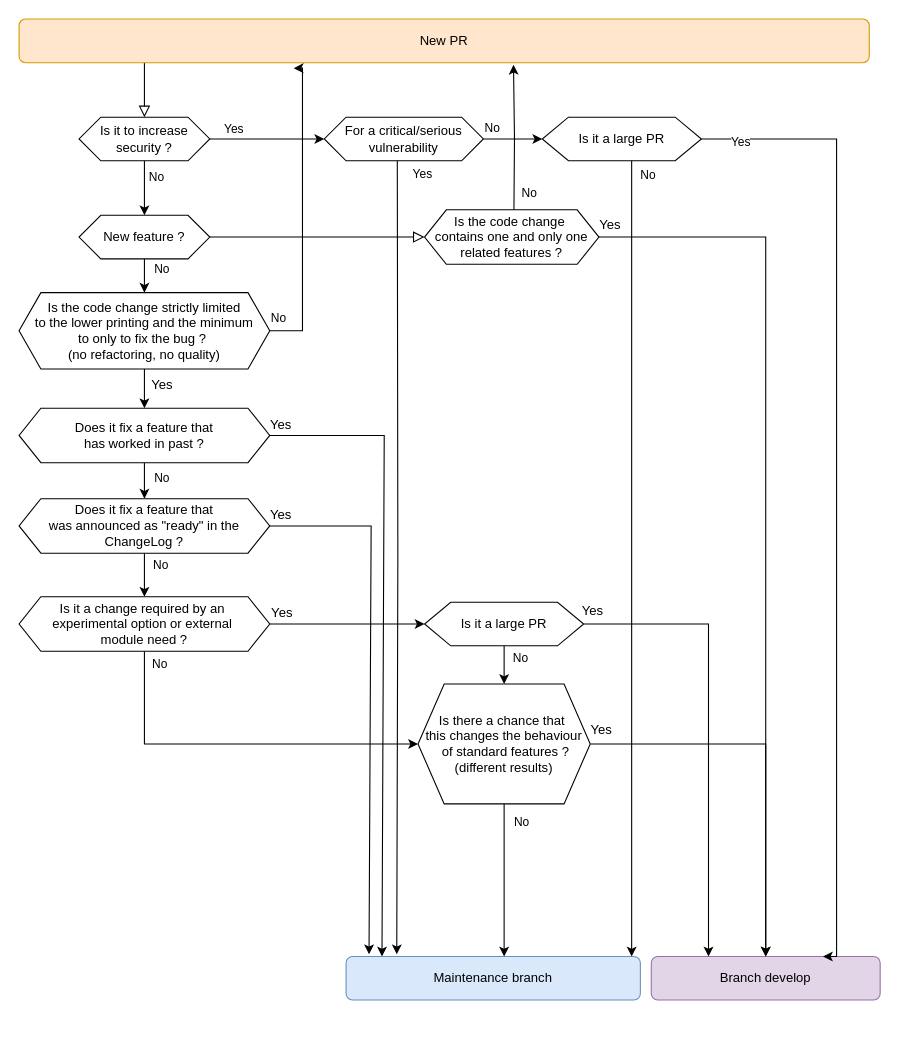
This is dev/Qualification PR ERD.drawio from Dolibarr/dolibarr-foundation, a draw.io file, before an edit. Source tidied: cells renumbered, new cells numbered last; positions are measured from the earlier drawing's top-left corner, leaving out a move shared by most shapes. Both pictures are drawn from the tidied source at 109%, with x=0, y=0 at pixel (19, 19).
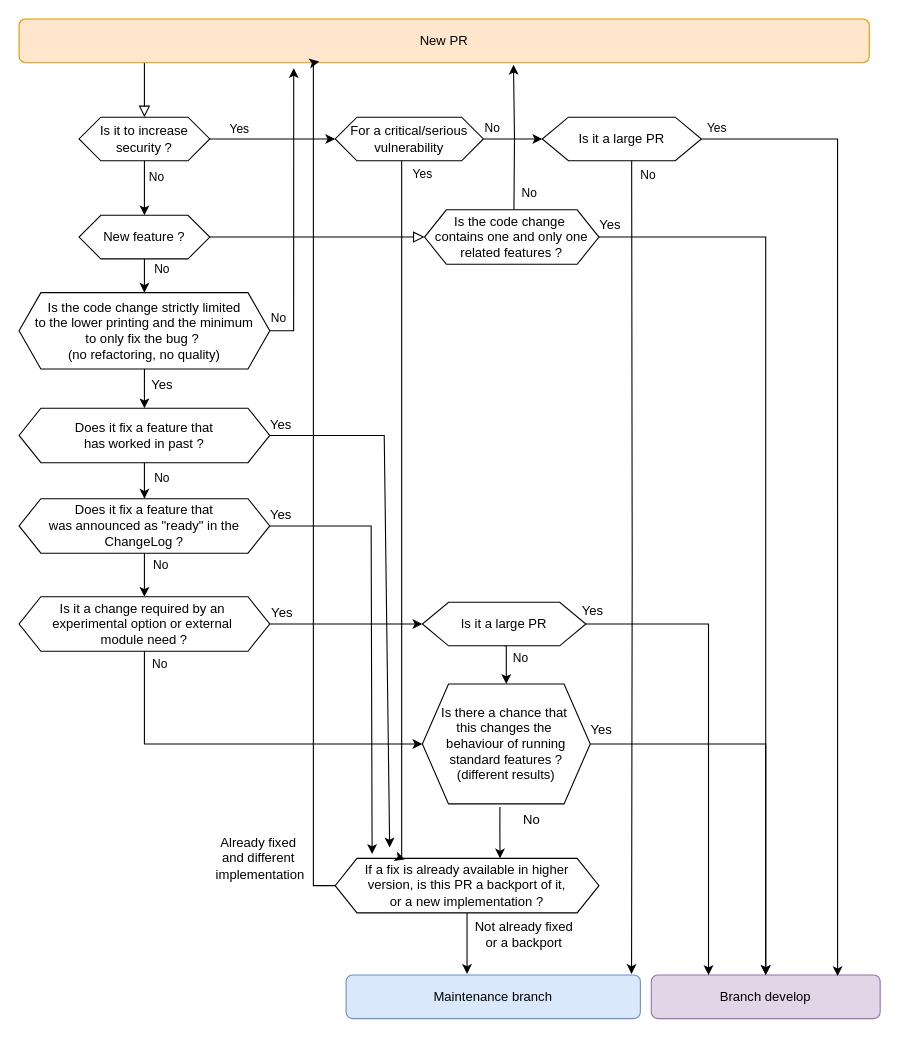
Above is the later version.

Commit message (it also covers changes not shown here):
Mettre à jour Qualification PR ERD.drawio

The change refers to these unchanged cells:
```xml
<mxCell id="3" value="New PR" style="rounded=1;whiteSpace=wrap;html=1;fontSize=12;glass=0;strokeWidth=1;shadow=0;fillColor=#ffe6cc;strokeColor=#d79b00;" parent="1" vertex="1">
  <mxGeometry width="780" height="40" as="geometry" />
</mxCell>
<mxCell id="17" value="Is it a large PR" style="shape=hexagon;perimeter=hexagonPerimeter2;whiteSpace=wrap;html=1;fixedSize=1;size=24;" parent="1" vertex="1">
  <mxGeometry x="480" y="90" width="146" height="40" as="geometry" />
</mxCell>
<mxCell id="21" value="Does it fix a feature that&lt;div&gt;has worked in past ?&lt;/div&gt;" style="shape=hexagon;perimeter=hexagonPerimeter2;whiteSpace=wrap;html=1;fixedSize=1;" parent="1" vertex="1">
  <mxGeometry y="357" width="230" height="50" as="geometry" />
</mxCell>
<mxCell id="24" value="Does it fix a feature that&lt;div&gt;was announced as &quot;ready&quot; in the ChangeLog ?&lt;/div&gt;" style="shape=hexagon;perimeter=hexagonPerimeter2;whiteSpace=wrap;html=1;fixedSize=1;" parent="1" vertex="1">
  <mxGeometry y="440" width="230" height="50" as="geometry" />
</mxCell>
```

Diff of the diagram source:
```diff
@@
     <mxCell id="4" value="Branch develop" style="rounded=1;whiteSpace=wrap;html=1;fontSize=12;glass=0;strokeWidth=1;shadow=0;fillColor=#e1d5e7;strokeColor=#9673a6;" parent="1" vertex="1">
-      <mxGeometry x="580" y="860" width="210" height="40" as="geometry" />
+      <mxGeometry x="580" y="877" width="210" height="40" as="geometry" />
     </mxCell>
@@
     <mxCell id="13" value="For a critical/serious vulnerability" style="shape=hexagon;perimeter=hexagonPerimeter2;whiteSpace=wrap;html=1;fixedSize=1;" parent="1" vertex="1">
-      <mxGeometry x="280" y="90" width="146" height="40" as="geometry" />
+      <mxGeometry x="290" y="90" width="136" height="40" as="geometry" />
     </mxCell>
-    <mxCell id="14" style="endArrow=classic;html=1;rounded=0;exitX=1;exitY=0.5;exitDx=0;exitDy=0;entryX=0.122;entryY=0;entryDx=0;entryDy=0;entryPerimeter=0;" parent="1" edge="1" source="21" target="18">
+    <mxCell id="14" style="endArrow=classic;html=1;rounded=0;exitX=1;exitY=0.5;exitDx=0;exitDy=0;" parent="1" edge="1" source="21">
       <mxGeometry relative="1" as="geometry">
+        <mxPoint x="340" y="760" as="targetPoint" />
         <Array as="points">
           <mxPoint x="335" y="382" />
         </Array>
       </mxGeometry>
     </mxCell>
-    <mxCell id="15" style="edgeStyle=orthogonalEdgeStyle;rounded=0;jettySize=auto;html=1;exitX=1;exitY=0.5;exitDx=0;exitDy=0;entryX=0.75;entryY=0;entryDx=0;entryDy=0;" parent="1" edge="1" source="17" target="4">
+    <mxCell id="15" style="edgeStyle=orthogonalEdgeStyle;rounded=0;jettySize=auto;html=1;exitX=1;exitY=0.5;exitDx=0;exitDy=0;entryX=0.814;entryY=0.025;entryDx=0;entryDy=0;entryPerimeter=0;" parent="1" edge="1" source="17" target="4">
       <mxGeometry relative="1" as="geometry">
         <Array as="points">
-          <mxPoint x="750" y="110" />
+          <mxPoint x="751" y="110" />
         </Array>
       </mxGeometry>
     </mxCell>
     <mxCell id="16" value="Yes" style="edgeLabel;html=1;align=center;verticalAlign=middle;" parent="15" vertex="1">
       <mxGeometry x="-0.69" y="-1" relative="1" as="geometry">
-        <mxPoint x="-88" y="-11" as="offset" />
+        <mxPoint x="-110" y="-24" as="offset" />
       </mxGeometry>
     </mxCell>
@@
     <mxCell id="18" value="Maintenance branch" style="rounded=1;whiteSpace=wrap;html=1;fontSize=12;glass=0;strokeWidth=1;shadow=0;fillColor=#dae8fc;strokeColor=#6c8ebf;" parent="1" vertex="1">
-      <mxGeometry x="300" y="860" width="270" height="40" as="geometry" />
+      <mxGeometry x="300" y="877" width="270" height="40" as="geometry" />
     </mxCell>
@@
-    <mxCell id="26" style="endArrow=classic;html=1;rounded=0;exitX=1;exitY=0.5;exitDx=0;exitDy=0;entryX=0.078;entryY=-0.05;entryDx=0;entryDy=0;entryPerimeter=0;" parent="1" edge="1" source="24" target="18">
+    <mxCell id="26" style="endArrow=classic;html=1;rounded=0;exitX=1;exitY=0.5;exitDx=0;exitDy=0;entryX=0.14;entryY=-0.08;entryDx=0;entryDy=0;entryPerimeter=0;" parent="1" edge="1" source="24" target="62">
       <mxGeometry relative="1" as="geometry">
         <Array as="points">
           <mxPoint x="323" y="465" />
         </Array>
       </mxGeometry>
     </mxCell>
@@
-    <mxCell id="30" value="Is the code change strictly limited&lt;div&gt;&lt;span style=&quot;background-color: transparent; color: light-dark(rgb(0, 0, 0), rgb(255, 255, 255));&quot;&gt;to&lt;/span&gt;&lt;span style=&quot;background-color: transparent; color: light-dark(rgb(0, 0, 0), rgb(255, 255, 255));&quot;&gt;&amp;nbsp;the lower printing and the minimum&lt;/span&gt;&lt;/div&gt;&lt;div&gt;&lt;span style=&quot;background-color: transparent; color: light-dark(rgb(0, 0, 0), rgb(255, 255, 255));&quot;&gt;to&amp;nbsp;&lt;/span&gt;&lt;span style=&quot;background-color: transparent; color: light-dark(rgb(0, 0, 0), rgb(255, 255, 255));&quot;&gt;only to fix the bug ?&amp;nbsp;&lt;/span&gt;&lt;/div&gt;&lt;div&gt;&lt;span style=&quot;background-color: transparent; color: light-dark(rgb(0, 0, 0), rgb(255, 255, 255));&quot;&gt;(no refactoring, no quality)&lt;/span&gt;&lt;/div&gt;" style="shape=hexagon;perimeter=hexagonPerimeter2;whiteSpace=wrap;html=1;fixedSize=1;" parent="1" vertex="1">
+    <mxCell id="30" value="Is the code change strictly limited&lt;div&gt;&lt;span style=&quot;background-color: transparent; color: light-dark(rgb(0, 0, 0), rgb(255, 255, 255));&quot;&gt;to&lt;/span&gt;&lt;span style=&quot;background-color: transparent; color: light-dark(rgb(0, 0, 0), rgb(255, 255, 255));&quot;&gt;&amp;nbsp;the lower printing and the minimum&lt;/span&gt;&lt;/div&gt;&lt;div&gt;&lt;span style=&quot;background-color: transparent; color: light-dark(rgb(0, 0, 0), rgb(255, 255, 255));&quot;&gt;to&amp;nbsp;&lt;/span&gt;&lt;span style=&quot;background-color: transparent; color: light-dark(rgb(0, 0, 0), rgb(255, 255, 255));&quot;&gt;only fix the bug ?&amp;nbsp;&lt;/span&gt;&lt;/div&gt;&lt;div&gt;&lt;span style=&quot;background-color: transparent; color: light-dark(rgb(0, 0, 0), rgb(255, 255, 255));&quot;&gt;(no refactoring, no quality)&lt;/span&gt;&lt;/div&gt;" style="shape=hexagon;perimeter=hexagonPerimeter2;whiteSpace=wrap;html=1;fixedSize=1;" parent="1" vertex="1">
       <mxGeometry y="251" width="230" height="70" as="geometry" />
     </mxCell>
@@
-    <mxCell id="33" style="edgeStyle=orthogonalEdgeStyle;rounded=0;orthogonalLoop=1;jettySize=auto;html=1;entryX=0.341;entryY=-0.05;entryDx=0;entryDy=0;entryPerimeter=0;" parent="1" edge="1">
-      <mxGeometry relative="1" as="geometry">
-        <mxPoint x="347" y="130" as="sourcePoint" />
-        <mxPoint x="346.5" y="858" as="targetPoint" />
-      </mxGeometry>
-    </mxCell>
@@
     <mxCell id="40" style="edgeStyle=orthogonalEdgeStyle;rounded=0;jettySize=auto;html=1;exitX=1;exitY=0.5;exitDx=0;exitDy=0;entryX=0.323;entryY=1.125;entryDx=0;entryDy=0;entryPerimeter=0;" parent="1" edge="1" source="30" target="3">
       <mxGeometry relative="1" as="geometry">
         <Array as="points">
-          <mxPoint x="260" y="286" />
-          <mxPoint x="260" y="45" />
+          <mxPoint x="252" y="286" />
         </Array>
       </mxGeometry>
     </mxCell>
@@
-    <mxCell id="42" style="edgeStyle=orthogonalEdgeStyle;rounded=0;jettySize=auto;html=1;entryX=0.5;entryY=0;entryDx=0;entryDy=0;" parent="1" edge="1" source="43" target="46">
+    <mxCell id="42" style="edgeStyle=orthogonalEdgeStyle;rounded=0;jettySize=auto;html=1;exitX=0.5;exitY=1;exitDx=0;exitDy=0;entryX=0.5;entryY=0;entryDx=0;entryDy=0;" parent="1" edge="1" source="43" target="46">
       <mxGeometry relative="1" as="geometry" />
     </mxCell>
     <mxCell id="43" value="Is it a large PR" style="shape=hexagon;perimeter=hexagonPerimeter2;whiteSpace=wrap;html=1;fixedSize=1;size=24;" parent="1" vertex="1">
-      <mxGeometry x="372" y="535" width="146" height="40" as="geometry" />
+      <mxGeometry x="370" y="535" width="150" height="40" as="geometry" />
     </mxCell>
@@
+    <mxCell id="60" style="edgeStyle=orthogonalEdgeStyle;rounded=0;jettySize=auto;html=1;entryX=0.625;entryY=0;entryDx=0;entryDy=0;exitX=0.462;exitY=1.027;exitDx=0;exitDy=0;exitPerimeter=0;" parent="1" edge="1" source="46" target="62">
+      <mxGeometry relative="1" as="geometry" />
+    </mxCell>
-    <mxCell id="46" value="Is there a chance that&amp;nbsp;&lt;div&gt;this changes the behaviour&lt;/div&gt;&lt;div&gt;&amp;nbsp;of standard features ?&lt;/div&gt;&lt;div&gt;(different results&lt;span style=&quot;background-color: transparent; color: light-dark(rgb(0, 0, 0), rgb(255, 255, 255));&quot;&gt;)&lt;/span&gt;&lt;/div&gt;" style="shape=hexagon;perimeter=hexagonPerimeter2;whiteSpace=wrap;html=1;fixedSize=1;size=24;" parent="1" vertex="1">
-      <mxGeometry x="366" y="610" width="158" height="110" as="geometry" />
+    <mxCell id="46" value="Is there a chance that&amp;nbsp;&lt;div&gt;this changes the&amp;nbsp;&lt;/div&gt;&lt;div&gt;behaviour&lt;span style=&quot;background-color: transparent; color: light-dark(rgb(0, 0, 0), rgb(255, 255, 255));&quot;&gt;&amp;nbsp;of running standard&amp;nbsp;&lt;/span&gt;&lt;span style=&quot;background-color: transparent; color: light-dark(rgb(0, 0, 0), rgb(255, 255, 255));&quot;&gt;features ?&lt;/span&gt;&lt;/div&gt;&lt;div&gt;(different results&lt;span style=&quot;background-color: transparent; color: light-dark(rgb(0, 0, 0), rgb(255, 255, 255));&quot;&gt;)&lt;/span&gt;&lt;/div&gt;" style="shape=hexagon;perimeter=hexagonPerimeter2;whiteSpace=wrap;html=1;fixedSize=1;size=24;" parent="1" vertex="1">
+      <mxGeometry x="370" y="610" width="154" height="110" as="geometry" />
     </mxCell>
-    <mxCell id="47" style="edgeStyle=orthogonalEdgeStyle;rounded=0;jettySize=auto;html=1;exitX=0.5;exitY=1;exitDx=0;exitDy=0;" parent="1" edge="1" source="46">
-      <mxGeometry relative="1" as="geometry">
-        <mxPoint x="445" y="860" as="targetPoint" />
-      </mxGeometry>
-    </mxCell>
-    <mxCell id="48" value="No" style="edgeLabel;html=1;align=center;verticalAlign=middle;" parent="47" vertex="1">
-      <mxGeometry x="-0.77" y="2" relative="1" as="geometry">
-        <mxPoint x="13" as="offset" />
-      </mxGeometry>
-    </mxCell>
@@
-    <mxCell id="59" style="edgeStyle=orthogonalEdgeStyle;rounded=0;orthogonalLoop=1;jettySize=auto;html=1;" parent="1" edge="1">
+    <mxCell id="59" style="edgeStyle=orthogonalEdgeStyle;rounded=0;jettySize=auto;html=1;entryX=0.97;entryY=-0.025;entryDx=0;entryDy=0;entryPerimeter=0;" parent="1" edge="1" target="18">
       <mxGeometry relative="1" as="geometry">
         <mxPoint x="562" y="130" as="sourcePoint" />
-        <mxPoint x="562" y="860" as="targetPoint" />
       </mxGeometry>
     </mxCell>
+    <mxCell id="61" style="edgeStyle=orthogonalEdgeStyle;rounded=0;jettySize=auto;html=1;entryX=0.353;entryY=0.975;entryDx=0;entryDy=0;entryPerimeter=0;" parent="1" edge="1" source="62" target="3">
+      <mxGeometry relative="1" as="geometry">
+        <Array as="points">
+          <mxPoint x="270" y="795" />
+          <mxPoint x="270" y="40" />
+        </Array>
+      </mxGeometry>
+    </mxCell>
+    <mxCell id="62" value="If a fix is already available in higher&lt;div&gt;version, is this PR a backport of it,&lt;/div&gt;&lt;div&gt;or a new implementation&amp;nbsp;&lt;span style=&quot;background-color: transparent; color: light-dark(rgb(0, 0, 0), rgb(255, 255, 255));&quot;&gt;?&lt;/span&gt;&lt;/div&gt;" style="shape=hexagon;perimeter=hexagonPerimeter2;whiteSpace=wrap;html=1;fixedSize=1;" parent="1" vertex="1">
+      <mxGeometry x="290" y="770" width="242" height="50" as="geometry" />
+    </mxCell>
+    <mxCell id="63" style="edgeStyle=orthogonalEdgeStyle;rounded=0;orthogonalLoop=1;jettySize=auto;html=1;entryX=0.293;entryY=0.02;entryDx=0;entryDy=0;entryPerimeter=0;" parent="1" edge="1">
+      <mxGeometry relative="1" as="geometry">
+        <mxPoint x="351" y="130" as="sourcePoint" />
+        <mxPoint x="353.9" y="771" as="targetPoint" />
+        <Array as="points">
+          <mxPoint x="351" y="770" />
+        </Array>
+      </mxGeometry>
+    </mxCell>
+    <mxCell id="64" style="edgeStyle=orthogonalEdgeStyle;rounded=0;jettySize=auto;html=1;entryX=0.411;entryY=-0.025;entryDx=0;entryDy=0;entryPerimeter=0;" parent="1" edge="1" source="62" target="18">
+      <mxGeometry relative="1" as="geometry" />
+    </mxCell>
+    <mxCell id="48" value="No" style="text;html=1;align=center;verticalAlign=middle;strokeColor=none;fillColor=none;" parent="1" vertex="1">
+      <mxGeometry x="450" y="720" width="40" height="30" as="geometry" />
+    </mxCell>
+    <mxCell id="65" value="&lt;span style=&quot;font-weight: normal;&quot;&gt;Not already fixed&lt;/span&gt;&lt;div&gt;&lt;span style=&quot;font-weight: normal;&quot;&gt;or a backport&lt;/span&gt;&lt;/div&gt;" style="text;html=1;align=center;verticalAlign=middle;strokeColor=none;fillColor=none;fontStyle=1;" parent="1" vertex="1">
+      <mxGeometry x="408" y="820" width="110" height="40" as="geometry" />
+    </mxCell>
+    <mxCell id="66" value="&lt;span style=&quot;font-weight: 400;&quot;&gt;Already fixed&amp;nbsp;&lt;/span&gt;&lt;div&gt;&lt;span style=&quot;font-weight: 400;&quot;&gt;and different&amp;nbsp;&lt;/span&gt;&lt;/div&gt;&lt;div&gt;&lt;span style=&quot;font-weight: 400;&quot;&gt;implementation&lt;/span&gt;&lt;/div&gt;" style="text;html=1;align=center;verticalAlign=middle;strokeColor=none;fillColor=none;fontStyle=1;" parent="1" vertex="1">
+      <mxGeometry x="171" y="740" width="100" height="60" as="geometry" />
+    </mxCell>
```
